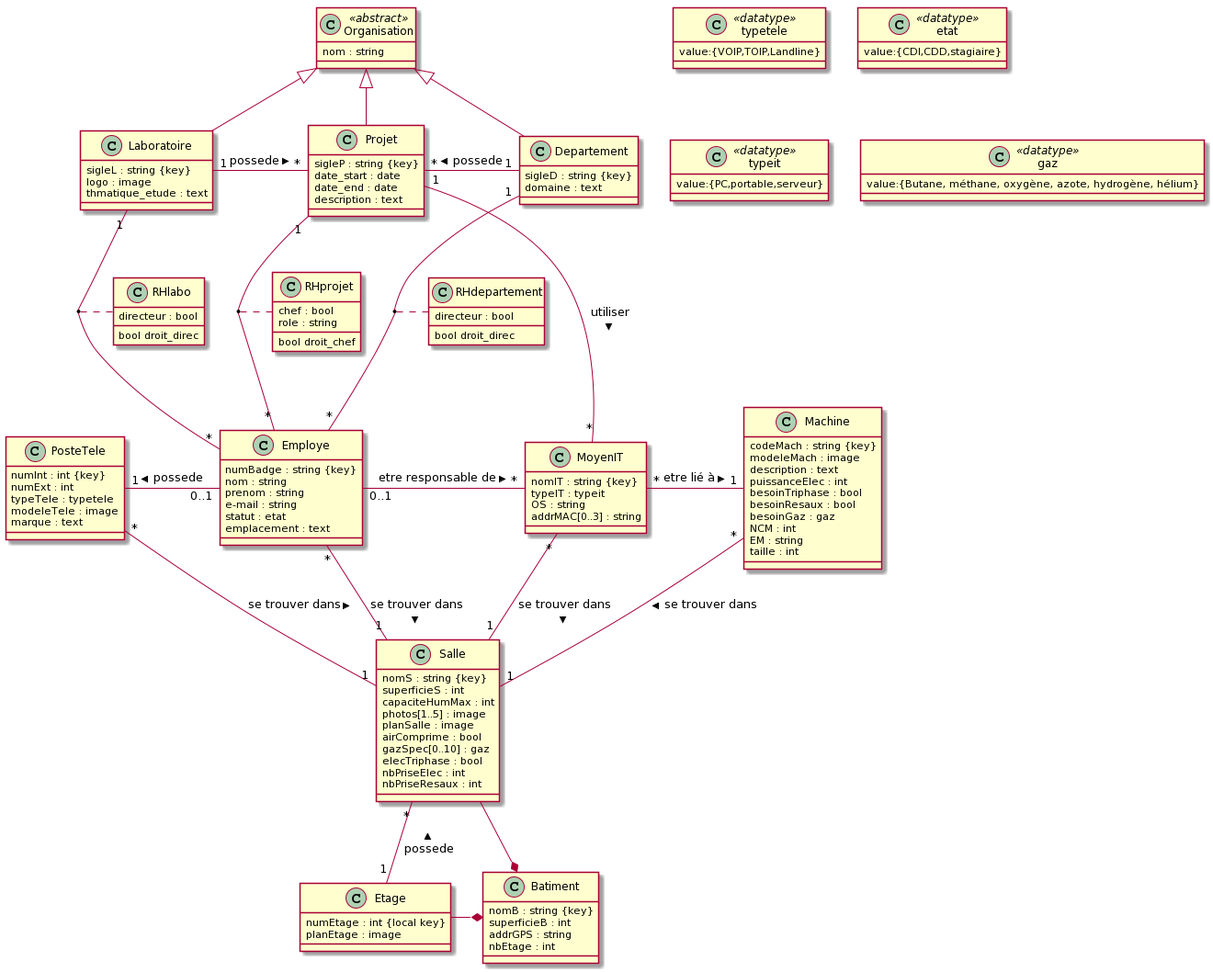
This is MCD/UML.png from hanlinAumonde/nf17_projet_individuel, a PlantUML export, as it was before one commit.
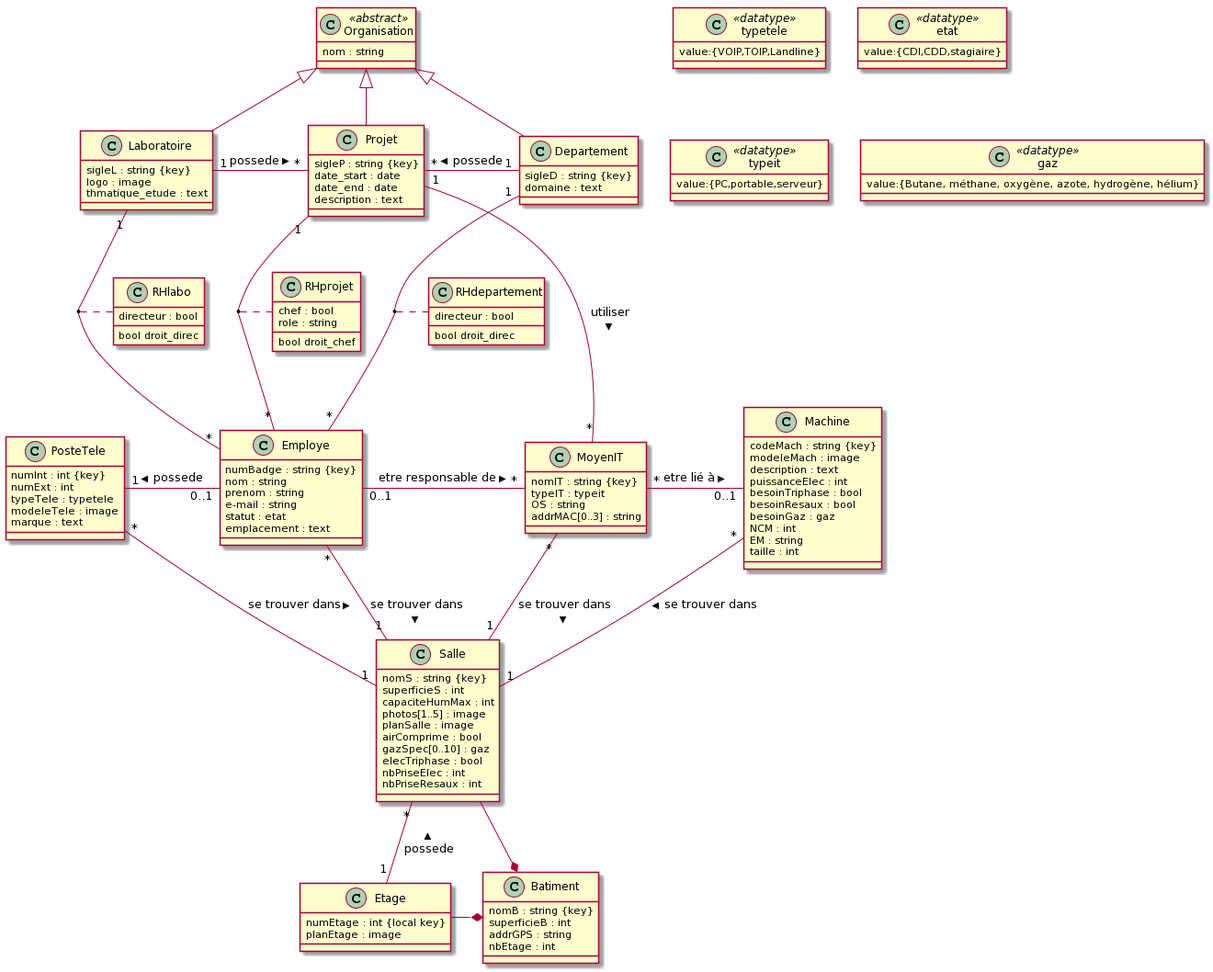
Above is the later version.

The edit, as a diff of the source:
```diff
@@ -132,7 +132,7 @@
 (Departement , Employe) . RHdepartement
 PosteTele "1"-"0..1" Employe : possede <
 Employe "0..1"-"*" MoyenIT : etre responsable de >
-MoyenIT "*"-"1" Machine : etre lié à >
+MoyenIT "*"-"0..1" Machine : etre lié à >
 PosteTele "*"--"1" Salle : se trouver dans >
 Employe "*"--"1" Salle : se trouver dans >
 MoyenIT "*"--"1" Salle : se trouver dans >
```
